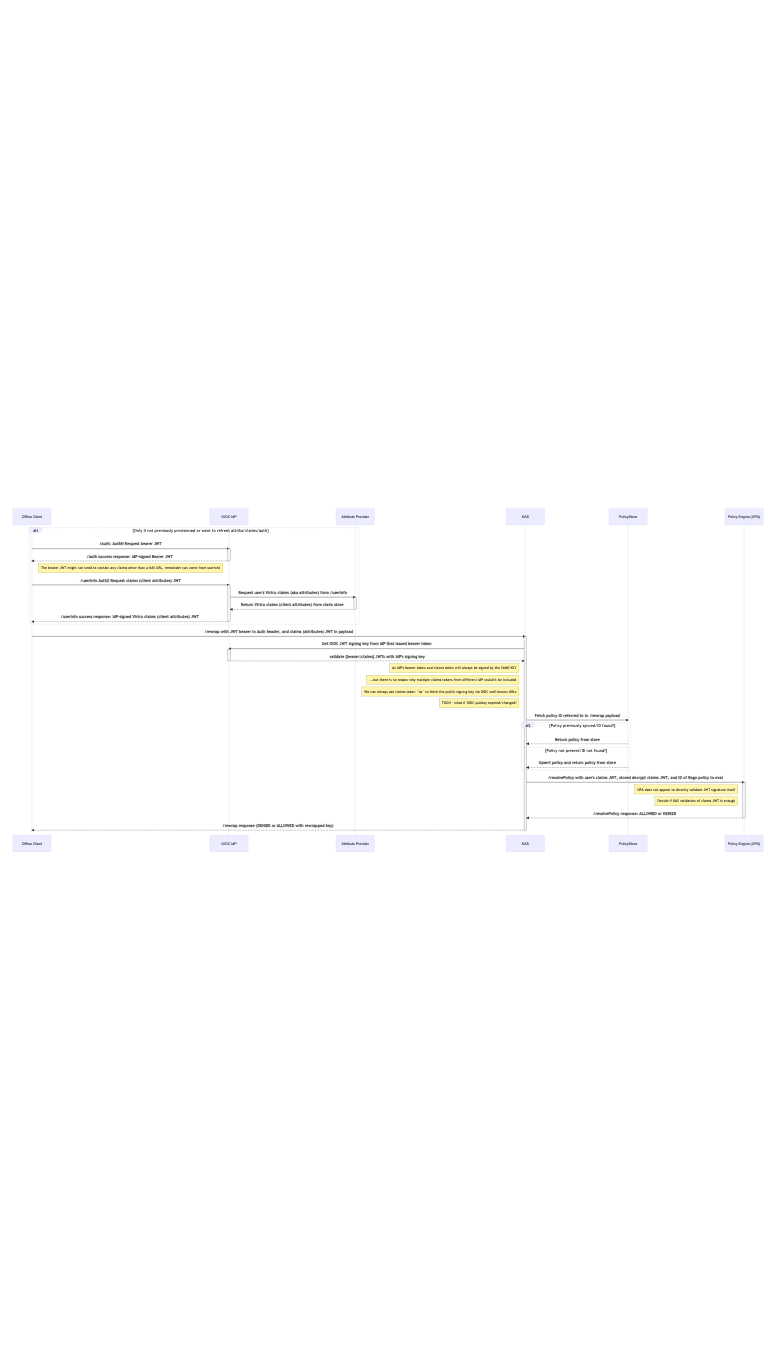
opentdf/spec keeps this Mermaid diagram as diagrams/oidc-offline-rewrap.png. Above is the earlier version. Its source is kept beside it as diagrams/oidc-offline-rewrap.mmd.
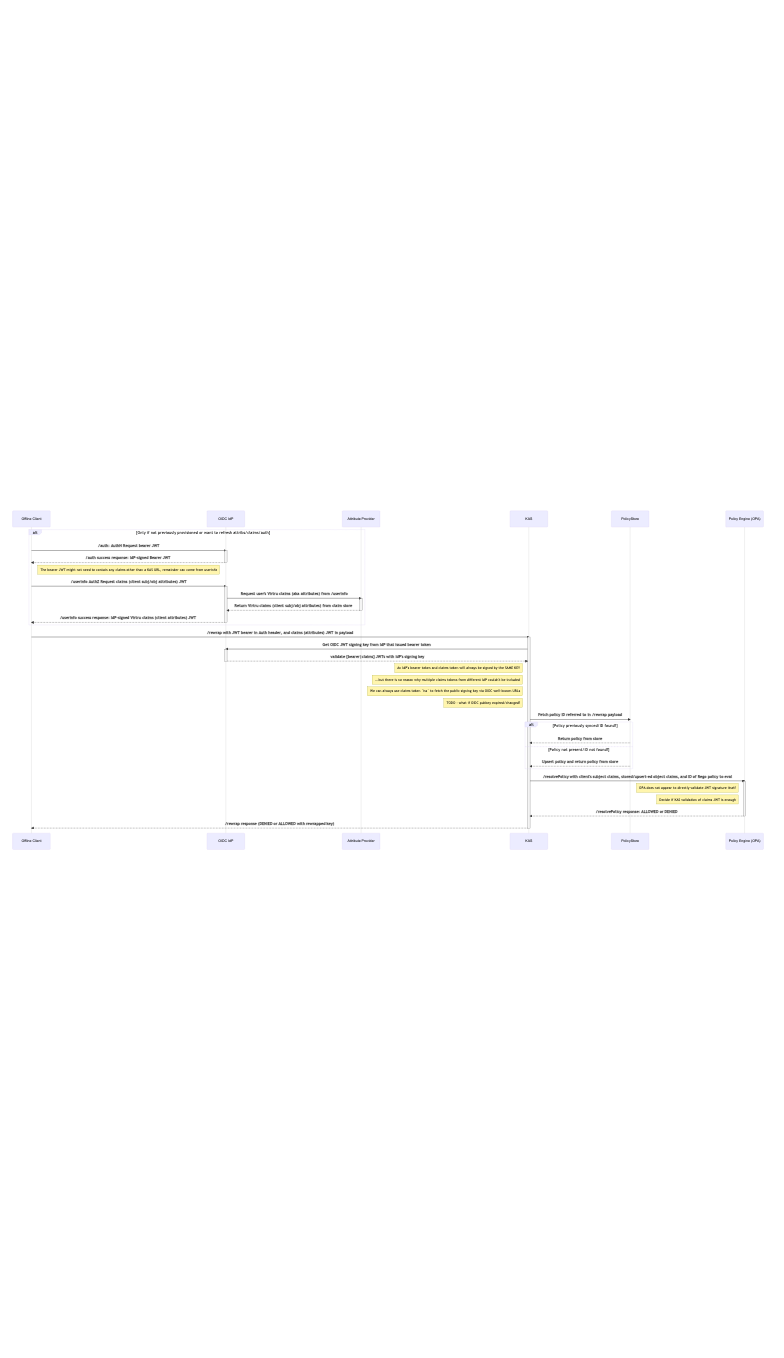
The same file after the commit.

Change to the diagram source:
```diff
@@ -13,9 +13,9 @@
         IdP-->>-Client: /auth success response: IdP-signed Bearer JWT
         Note right of Client: The bearer JWT might not need to contain any claims other than a KAS URL, remainder can come from userinfo
 
-        Client->>+IdP: /userinfo AuthZ Request claims (client attributes) JWT
+        Client->>+IdP: /userinfo AuthZ Request claims (client subj/obj attributes) JWT
         IdP->>+Attribute Provider: Request user's Virtru claims (aka attributes) from /userinfo
-        Attribute Provider-->>-IdP: Return Virtru claims (client attributes) from claim store
+        Attribute Provider-->>-IdP: Return Virtru claims (client subj/obj attributes) from claim store
         IdP-->>-Client: /userinfo success response: IdP-signed Virtru claims (client attributes) JWT
     end
     Client->>+KAS: /rewrap with JWT bearer in Auth header, and claims (attributes) JWT in payload
@@ -31,7 +31,7 @@
     else Policy not present/ID not found?
         PolicyStore-->>KAS: Upsert policy and return policy from store
     end
-    KAS->>+OPA: /resolvePolicy with user's claims JWT, stored decrypt claims JWT, and ID of Rego policy to eval
+    KAS->>+OPA: /resolvePolicy with client's subject claims, stored/upsert-ed object claims, and ID of Rego policy to eval
     Note left of OPA: OPA does not appear to directly validate JWT signature itself
     Note left of OPA: Decide if KAS validation of claims JWT is enough
     OPA-->>-KAS: /resolvePolicy response: ALLOWED or DENIED
```
